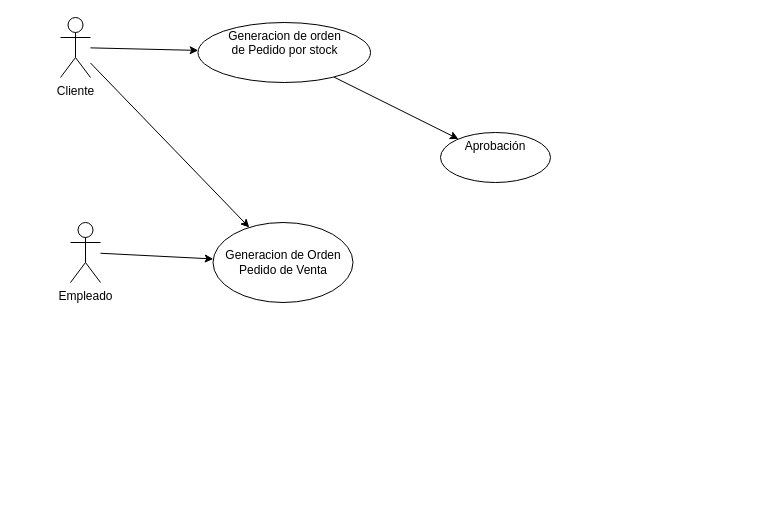
Earlier version of the draw.io diagram Diagrama_OrdenPedido.drawio (josedtl/Diagrama). Source tidied: cells renumbered, new cells numbered last; positions are measured from the earlier drawing's top-left corner, leaving out a move shared by most shapes. Both pictures are drawn from the tidied source at 100%, with x=0, y=0 at pixel (60, 17).
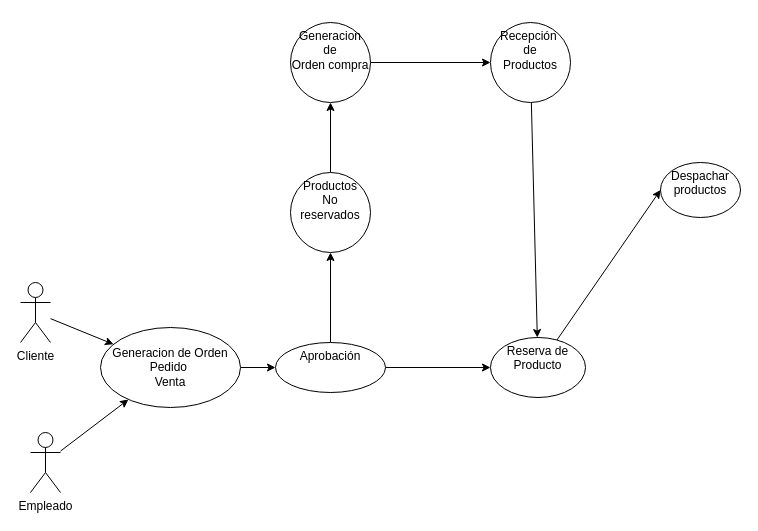
Above is the later version.

What changed in the source:
```diff
@@
 <mxGraphModel>
   <root>
     <mxCell id="0" />
     <mxCell id="1" parent="0" />
     <mxCell id="2" style="edgeStyle=none;html=1;" parent="1" edge="1" source="3" target="9">
       <mxGeometry relative="1" as="geometry" />
     </mxCell>
     <mxCell id="3" value="Empleado" style="shape=umlActor;verticalLabelPosition=bottom;verticalAlign=top;html=1;outlineConnect=0;" parent="1" vertex="1">
-      <mxGeometry x="10" y="205" width="30" height="60" as="geometry" />
+      <mxGeometry x="-30" y="415" width="30" height="60" as="geometry" />
     </mxCell>
-    <mxCell id="4" style="edgeStyle=none;html=1;" parent="1" edge="1" source="6" target="8">
-      <mxGeometry relative="1" as="geometry" />
-    </mxCell>
     <mxCell id="5" style="edgeStyle=none;html=1;" parent="1" edge="1" source="6" target="9">
       <mxGeometry relative="1" as="geometry" />
     </mxCell>
     <mxCell id="6" value="Cliente" style="shape=umlActor;verticalLabelPosition=bottom;verticalAlign=top;html=1;outlineConnect=0;" parent="1" vertex="1">
-      <mxGeometry width="30" height="60" as="geometry" />
+      <mxGeometry x="-40" y="265" width="30" height="60" as="geometry" />
     </mxCell>
-    <mxCell id="7" style="edgeStyle=none;html=1;" parent="1" edge="1" source="8" target="10">
+    <mxCell id="7" style="edgeStyle=none;html=1;" parent="1" edge="1" source="9" target="10">
       <mxGeometry relative="1" as="geometry" />
     </mxCell>
-    <mxCell id="8" value="Generacion de orden &lt;br&gt;de Pedido por stock" style="ellipse;whiteSpace=wrap;html=1;verticalAlign=top;" parent="1" vertex="1">
-      <mxGeometry x="137.5" y="5" width="172.5" height="60" as="geometry" />
-    </mxCell>
-    <mxCell id="9" value="Generacion de Orden Pedido de Venta" style="ellipse;whiteSpace=wrap;html=1;" parent="1" vertex="1">
-      <mxGeometry x="152.5" y="205" width="140" height="80" as="geometry" />
+    <mxCell id="9" value="Generacion de Orden Pedido&amp;nbsp;&lt;br&gt;Venta" style="ellipse;whiteSpace=wrap;html=1;" parent="1" vertex="1">
+      <mxGeometry x="40" y="310" width="140" height="80" as="geometry" />
     </mxCell>
+    <mxCell id="11" style="edgeStyle=none;html=1;" parent="1" edge="1" source="10" target="14">
+      <mxGeometry relative="1" as="geometry" />
+    </mxCell>
+    <mxCell id="12" style="edgeStyle=none;html=1;" parent="1" edge="1" source="10" target="17">
+      <mxGeometry relative="1" as="geometry" />
+    </mxCell>
     <mxCell id="10" value="Aprobación" style="ellipse;whiteSpace=wrap;html=1;verticalAlign=top;" parent="1" vertex="1">
-      <mxGeometry x="380" y="115" width="110" height="50" as="geometry" />
+      <mxGeometry x="215" y="325" width="110" height="50" as="geometry" />
     </mxCell>
+    <mxCell id="13" style="edgeStyle=none;html=1;entryX=0;entryY=0.5;entryDx=0;entryDy=0;" parent="1" edge="1" source="14" target="15">
+      <mxGeometry relative="1" as="geometry" />
+    </mxCell>
+    <mxCell id="14" value="Reserva de Producto" style="ellipse;whiteSpace=wrap;html=1;verticalAlign=top;" parent="1" vertex="1">
+      <mxGeometry x="430" y="320" width="95" height="60" as="geometry" />
+    </mxCell>
+    <mxCell id="15" value="Despachar productos" style="ellipse;whiteSpace=wrap;html=1;verticalAlign=top;" parent="1" vertex="1">
+      <mxGeometry x="600" y="145" width="80" height="55" as="geometry" />
+    </mxCell>
+    <mxCell id="16" style="edgeStyle=none;html=1;" parent="1" edge="1" source="17" target="19">
+      <mxGeometry relative="1" as="geometry" />
+    </mxCell>
+    <mxCell id="17" value="Productos &lt;br&gt;No reservados" style="ellipse;whiteSpace=wrap;html=1;verticalAlign=top;" parent="1" vertex="1">
+      <mxGeometry x="230" y="155" width="80" height="80" as="geometry" />
+    </mxCell>
+    <mxCell id="18" style="edgeStyle=none;html=1;" parent="1" edge="1" source="19" target="21">
+      <mxGeometry relative="1" as="geometry" />
+    </mxCell>
+    <mxCell id="19" value="Generacion&lt;br&gt;de&lt;br&gt;Orden compra" style="ellipse;whiteSpace=wrap;html=1;verticalAlign=top;" parent="1" vertex="1">
+      <mxGeometry x="230" y="5" width="80" height="80" as="geometry" />
+    </mxCell>
+    <mxCell id="20" style="edgeStyle=none;html=1;" parent="1" edge="1" source="21" target="14">
+      <mxGeometry relative="1" as="geometry" />
+    </mxCell>
+    <mxCell id="21" value="Recepción&amp;nbsp;&lt;br&gt;de&lt;br&gt;Productos" style="ellipse;whiteSpace=wrap;html=1;verticalAlign=top;" parent="1" vertex="1">
+      <mxGeometry x="430" y="5" width="80" height="80" as="geometry" />
+    </mxCell>
   </root>
 </mxGraphModel>
```
